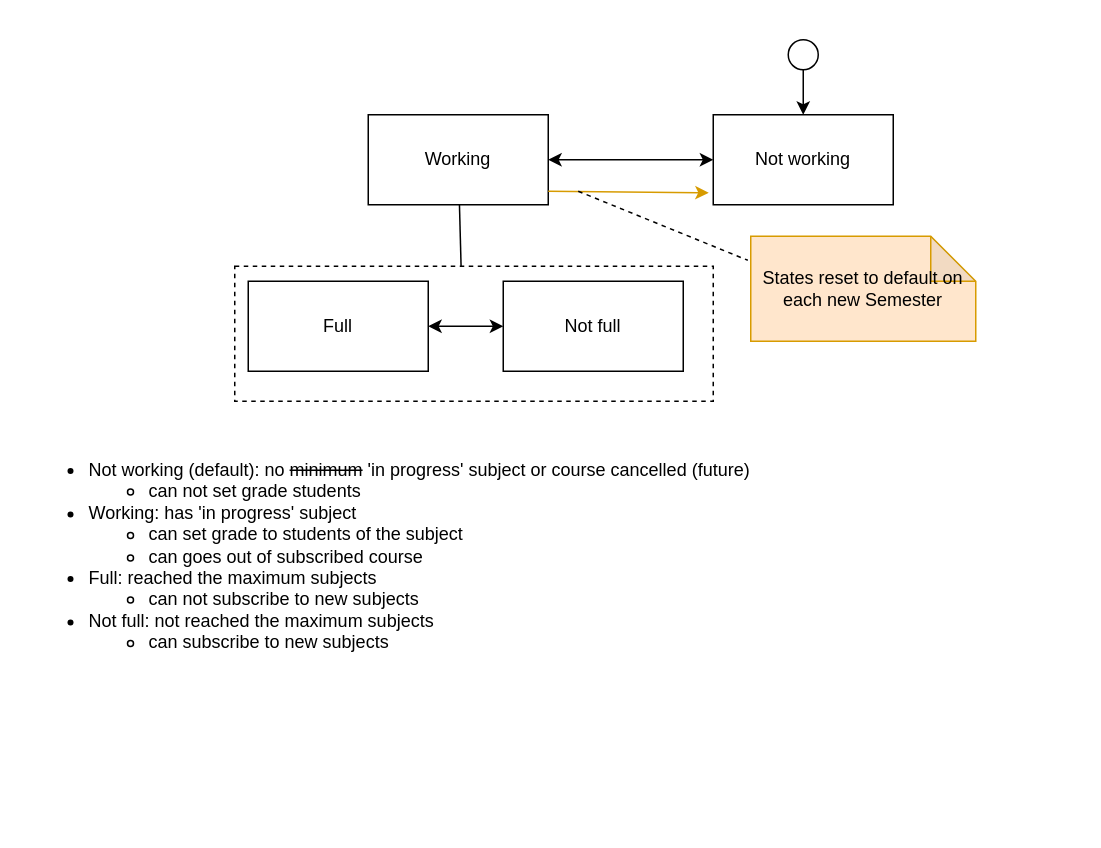
Earlier version of the draw.io diagram page "TeacherState" (7 of 12) of architecture/code_analysis_v3/components-phase1.drawio (douglasdcm/tdd_detroid). Source tidied: cells renumbered, new cells numbered last; positions are measured from the earlier drawing's top-left corner, leaving out a move shared by most shapes. Both pictures are drawn from the tidied source at 150%, with x=0, y=0 at pixel (26, 39).
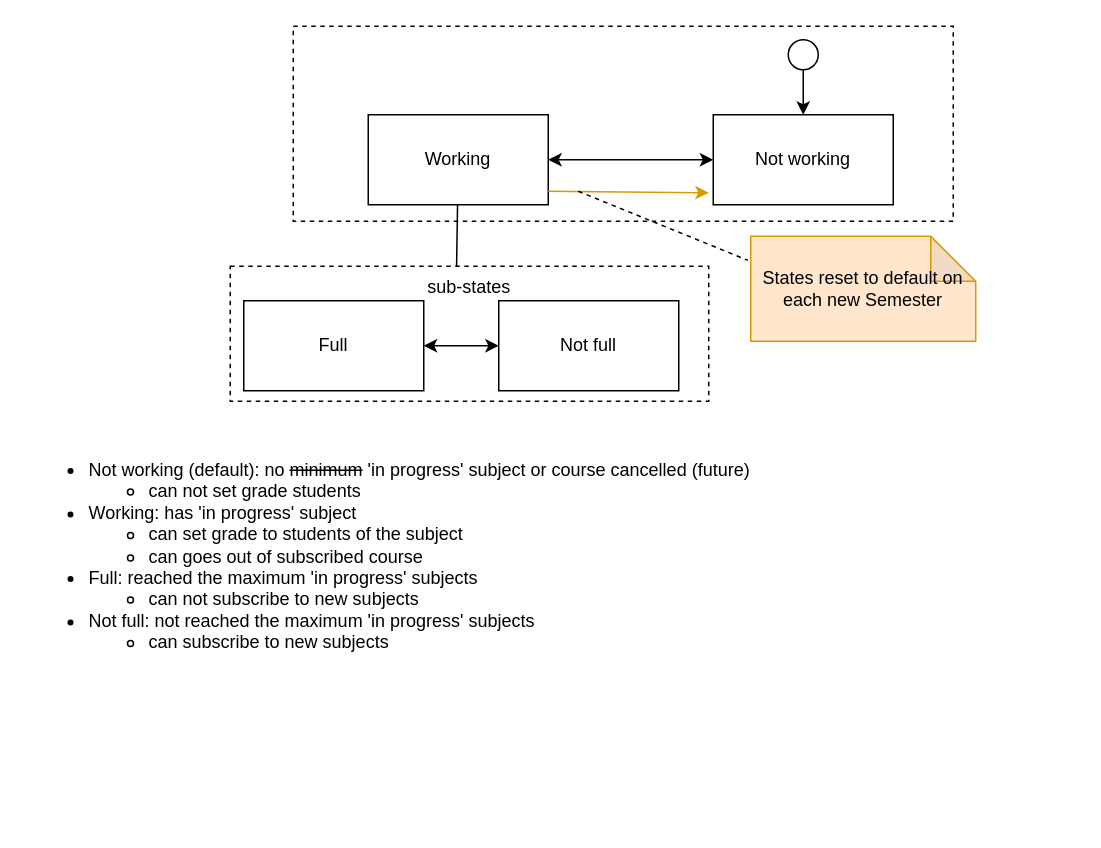
The same diagram, later.

What changed in the source:
```diff
@@
 <mxGraphModel>
   <root>
     <mxCell id="0" />
     <mxCell id="1" parent="0" />
+    <mxCell id="16" style="rounded=0;whiteSpace=wrap;html=1;dashed=1;" parent="1" vertex="1">
+      <mxGeometry x="178" y="-9" width="440" height="130" as="geometry" />
+    </mxCell>
-    <mxCell id="2" style="rounded=0;whiteSpace=wrap;html=1;dashed=1;" parent="1" vertex="1">
-      <mxGeometry x="139" y="151" width="319" height="90" as="geometry" />
+    <mxCell id="2" value="sub-states" style="rounded=0;whiteSpace=wrap;html=1;dashed=1;verticalAlign=top;" parent="1" vertex="1">
+      <mxGeometry x="136" y="151" width="319" height="90" as="geometry" />
     </mxCell>
     <mxCell id="3" style="edgeStyle=none;html=1;startArrow=classic;startFill=1;endArrow=classic;endFill=1;" parent="1" edge="1" source="5" target="6">
       <mxGeometry relative="1" as="geometry" />
     </mxCell>
     <mxCell id="4" style="html=1;elbow=vertical;entryX=0.473;entryY=0;entryDx=0;entryDy=0;entryPerimeter=0;endArrow=none;endFill=0;" parent="1" edge="1" source="5" target="2">
       <mxGeometry relative="1" as="geometry" />
     </mxCell>
     <mxCell id="5" value="Working" style="rounded=0;whiteSpace=wrap;html=1;" parent="1" vertex="1">
       <mxGeometry x="228" y="50" width="120" height="60" as="geometry" />
     </mxCell>
     <mxCell id="6" value="Not working" style="rounded=0;whiteSpace=wrap;html=1;" parent="1" vertex="1">
       <mxGeometry x="458" y="50" width="120" height="60" as="geometry" />
     </mxCell>
     <mxCell id="7" style="edgeStyle=none;html=1;entryX=0.5;entryY=0;entryDx=0;entryDy=0;" parent="1" edge="1" source="8" target="6">
       <mxGeometry relative="1" as="geometry" />
     </mxCell>
     <mxCell id="8" style="ellipse;whiteSpace=wrap;html=1;" parent="1" vertex="1">
       <mxGeometry x="508" width="20" height="20" as="geometry" />
     </mxCell>
-    <mxCell id="9" value="&lt;ul&gt;&lt;li&gt;Not working (default): no &lt;strike&gt;minimum&lt;/strike&gt; 'in progress' subject or course cancelled (future)&lt;/li&gt;&lt;ul&gt;&lt;li&gt;can not set grade students&lt;/li&gt;&lt;/ul&gt;&lt;li&gt;Working: has 'in progress' subject&lt;/li&gt;&lt;ul&gt;&lt;li&gt;can set grade to students of the subject&lt;/li&gt;&lt;li&gt;can goes out of subscribed course&lt;/li&gt;&lt;/ul&gt;&lt;li&gt;Full: reached the maximum subjects&lt;/li&gt;&lt;ul&gt;&lt;li&gt;can not subscribe to new subjects&lt;/li&gt;&lt;/ul&gt;&lt;li&gt;Not full: not reached the maximum subjects&lt;/li&gt;&lt;ul&gt;&lt;li&gt;can subscribe to new subjects&lt;/li&gt;&lt;/ul&gt;&lt;/ul&gt;" style="text;html=1;align=left;verticalAlign=top;whiteSpace=wrap;rounded=0;" parent="1" vertex="1">
+    <mxCell id="9" value="&lt;ul&gt;&lt;li&gt;Not working (default): no &lt;strike&gt;minimum&lt;/strike&gt; 'in progress' subject or course cancelled (future)&lt;/li&gt;&lt;ul&gt;&lt;li&gt;can not set grade students&lt;/li&gt;&lt;/ul&gt;&lt;li&gt;Working: has 'in progress' subject&lt;/li&gt;&lt;ul&gt;&lt;li&gt;can set grade to students of the subject&lt;/li&gt;&lt;li&gt;can goes out of subscribed course&lt;/li&gt;&lt;/ul&gt;&lt;li&gt;Full: reached the maximum 'in progress' subjects&lt;/li&gt;&lt;ul&gt;&lt;li&gt;can not subscribe to new subjects&lt;/li&gt;&lt;/ul&gt;&lt;li&gt;Not full: not reached the maximum 'in progress' subjects&lt;/li&gt;&lt;ul&gt;&lt;li&gt;can subscribe to new subjects&lt;/li&gt;&lt;/ul&gt;&lt;/ul&gt;" style="text;html=1;align=left;verticalAlign=top;whiteSpace=wrap;rounded=0;" parent="1" vertex="1">
       <mxGeometry y="261" width="700" height="260" as="geometry" />
     </mxCell>
     <mxCell id="10" value="Full" style="rounded=0;whiteSpace=wrap;html=1;" parent="1" vertex="1">
-      <mxGeometry x="148" y="161" width="120" height="60" as="geometry" />
+      <mxGeometry x="145" y="174" width="120" height="60" as="geometry" />
     </mxCell>
     <mxCell id="11" style="html=1;entryX=1;entryY=0.5;entryDx=0;entryDy=0;elbow=vertical;startArrow=classic;startFill=1;" parent="1" edge="1" source="12" target="10">
       <mxGeometry relative="1" as="geometry" />
     </mxCell>
     <mxCell id="12" value="Not full" style="rounded=0;whiteSpace=wrap;html=1;" parent="1" vertex="1">
-      <mxGeometry x="318" y="161" width="120" height="60" as="geometry" />
+      <mxGeometry x="315" y="174" width="120" height="60" as="geometry" />
     </mxCell>
     <mxCell id="13" style="edgeStyle=none;html=1;startArrow=none;startFill=0;endArrow=classic;endFill=1;fillColor=#ffe6cc;strokeColor=#d79b00;entryX=-0.025;entryY=0.867;entryDx=0;entryDy=0;entryPerimeter=0;" parent="1" edge="1" target="6">
       <mxGeometry relative="1" as="geometry">
         <mxPoint x="348" y="101" as="sourcePoint" />
       </mxGeometry>
     </mxCell>
     <mxCell id="14" value="States reset to default on each new Semester" style="shape=note;whiteSpace=wrap;html=1;backgroundOutline=1;darkOpacity=0.05;fillColor=#ffe6cc;strokeColor=#d79b00;" parent="1" vertex="1">
       <mxGeometry x="483" y="131" width="150" height="70" as="geometry" />
     </mxCell>
     <mxCell id="15" style="endArrow=none;dashed=1;html=1;entryX=-0.013;entryY=0.229;entryDx=0;entryDy=0;entryPerimeter=0;" parent="1" edge="1" target="14">
       <mxGeometry relative="1" as="geometry">
         <mxPoint x="368" y="101" as="sourcePoint" />
       </mxGeometry>
     </mxCell>
   </root>
 </mxGraphModel>
```
